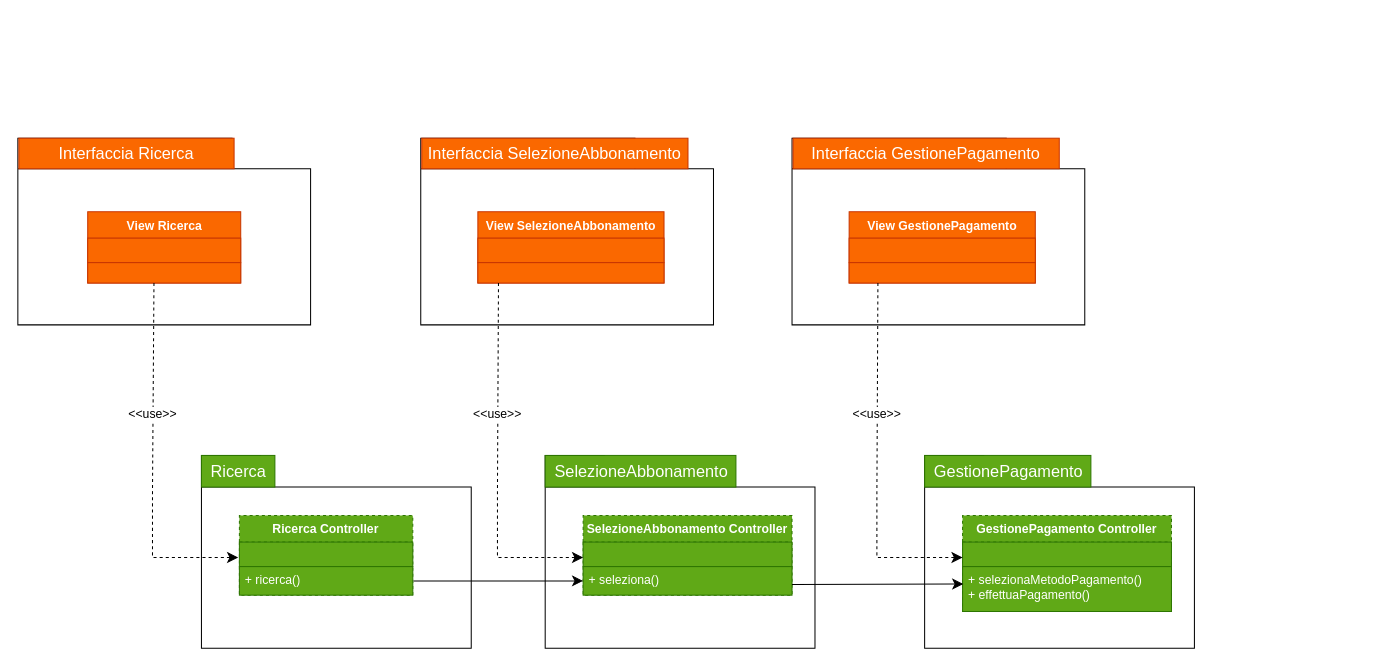
This is Diagrammi_Package/ricerca.drawio from JosephBoom02/Progetto_Ingegneria_del_Software, a draw.io file, before an edit. Source tidied: cells renumbered, new cells numbered last; positions are measured from the earlier drawing's top-left corner, leaving out a move shared by most shapes. Both pictures are drawn from the tidied source at 102%, with x=0, y=0 at pixel (17, 138).
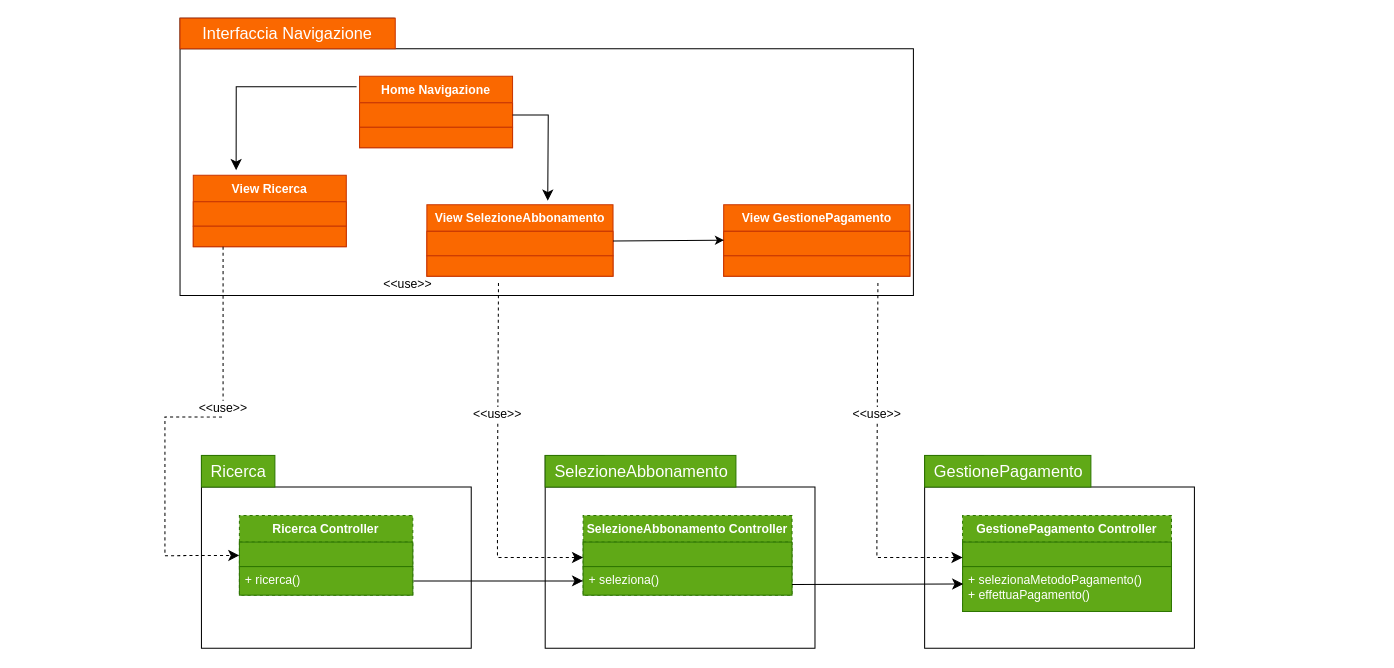
The same page after the edit.

Diff of the diagram source:
```diff
@@
-    <mxCell id="2" style="shape=folder;fontStyle=1;spacingTop=10;tabWidth=210;tabHeight=30;tabPosition=left;html=1;whiteSpace=wrap;" parent="1" vertex="1">
-      <mxGeometry width="287" height="183" as="geometry" />
-    </mxCell>
-    <mxCell id="3" value="&lt;font color=&quot;#ffffff&quot;&gt;Interfaccia Ricerca&lt;/font&gt;" style="text;strokeColor=#C73500;fillColor=#fa6800;html=1;align=center;verticalAlign=middle;whiteSpace=wrap;rounded=0;fontSize=16;fontColor=#000000;" parent="1" vertex="1">
-      <mxGeometry x="1" width="211" height="30" as="geometry" />
-    </mxCell>
     <mxCell id="4" style="edgeStyle=none;curved=1;rounded=0;orthogonalLoop=1;jettySize=auto;html=1;exitX=0.5;exitY=0;exitDx=0;exitDy=0;fontSize=12;startSize=8;endSize=8;" parent="1" edge="1">
       <mxGeometry relative="1" as="geometry">
-        <mxPoint x="351" y="86" as="sourcePoint" />
-        <mxPoint x="351" y="86" as="targetPoint" />
+        <mxPoint x="370" y="463.3" as="sourcePoint" />
+        <mxPoint x="370" y="463.3" as="targetPoint" />
       </mxGeometry>
     </mxCell>
@@
-    <mxCell id="7" value="&lt;font color=&quot;#ffffff&quot;&gt;View Ricerca&lt;/font&gt;" style="swimlane;fontStyle=1;align=center;verticalAlign=top;horizontal=1;startSize=26;whiteSpace=wrap;html=1;fillColor=#fa6800;fontColor=#000000;strokeColor=#C73500;" parent="1" vertex="1">
-      <mxGeometry x="68.5" y="72" width="150" height="70" as="geometry" />
-    </mxCell>
-    <mxCell id="8" style="text;strokeColor=#C73500;fillColor=#fa6800;align=left;verticalAlign=top;spacingLeft=4;spacingRight=4;overflow=hidden;whiteSpace=wrap;html=1;fontColor=#000000;" parent="7" vertex="1">
-      <mxGeometry y="26" width="150" height="24" as="geometry" />
-    </mxCell>
-    <mxCell id="9" style="line;strokeWidth=1;fillColor=#fa6800;align=left;verticalAlign=middle;spacingTop=-1;spacingLeft=3;spacingRight=3;labelPosition=right;strokeColor=#FF8000;fontColor=#000000;" parent="7" vertex="1">
-      <mxGeometry y="50" width="150" as="geometry" />
-    </mxCell>
-    <mxCell id="10" value="&lt;div&gt;&lt;br&gt;&lt;/div&gt;&lt;div&gt;&lt;br&gt;&lt;/div&gt;" style="text;strokeColor=#C73500;fillColor=#fa6800;align=left;verticalAlign=top;spacingLeft=4;spacingRight=4;overflow=hidden;points=[[0,0.5],[1,0.5]];portConstraint=eastwest;whiteSpace=wrap;html=1;fontColor=#000000;" parent="7" vertex="1">
-      <mxGeometry y="50" width="150" height="20" as="geometry" />
-    </mxCell>
@@
-    <mxCell id="16" style="edgeStyle=none;curved=0;rounded=0;jettySize=auto;html=1;exitX=0.433;exitY=1;exitDx=0;exitDy=0;fontSize=12;startSize=8;endSize=8;dashed=1;exitPerimeter=0;" parent="1" edge="1" source="10">
-      <mxGeometry relative="1" as="geometry">
-        <mxPoint x="216" y="411" as="targetPoint" />
-        <Array as="points">
-          <mxPoint x="132" y="347" />
-          <mxPoint x="132" y="411" />
-        </Array>
-      </mxGeometry>
-    </mxCell>
-    <mxCell id="17" value="&amp;lt;&amp;lt;use&amp;gt;&amp;gt;" style="edgeLabel;html=1;align=center;verticalAlign=middle;fontSize=12;" parent="16" vertex="1">
-      <mxGeometry x="-0.27" y="-1" relative="1" as="geometry" />
-    </mxCell>
-    <mxCell id="18" style="shape=folder;fontStyle=1;spacingTop=10;tabWidth=210;tabHeight=30;tabPosition=left;html=1;whiteSpace=wrap;" parent="1" vertex="1">
-      <mxGeometry x="395" width="287" height="183" as="geometry" />
-    </mxCell>
-    <mxCell id="19" value="&lt;font color=&quot;#ffffff&quot;&gt;Interfaccia SelezioneAbbonamento&lt;br&gt;&lt;/font&gt;" style="text;strokeColor=#C73500;fillColor=#fa6800;html=1;align=center;verticalAlign=middle;whiteSpace=wrap;rounded=0;fontSize=16;fontColor=#000000;" parent="1" vertex="1">
-      <mxGeometry x="396" width="261" height="30" as="geometry" />
-    </mxCell>
-    <mxCell id="20" style="edgeStyle=none;curved=1;rounded=0;orthogonalLoop=1;jettySize=auto;html=1;exitX=0.5;exitY=0;exitDx=0;exitDy=0;fontSize=12;startSize=8;endSize=8;" parent="1" edge="1">
-      <mxGeometry relative="1" as="geometry">
-        <mxPoint x="746" y="86" as="sourcePoint" />
-        <mxPoint x="746" y="86" as="targetPoint" />
-      </mxGeometry>
-    </mxCell>
@@
-    <mxCell id="23" value="&lt;font color=&quot;#ffffff&quot;&gt;View SelezioneAbbonamento&lt;br&gt;&lt;/font&gt;" style="swimlane;fontStyle=1;align=center;verticalAlign=top;horizontal=1;startSize=26;whiteSpace=wrap;html=1;fillColor=#fa6800;fontColor=#000000;strokeColor=#C73500;" parent="1" vertex="1">
-      <mxGeometry x="451" y="72" width="182.5" height="70" as="geometry" />
-    </mxCell>
-    <mxCell id="24" style="text;strokeColor=#C73500;fillColor=#fa6800;align=left;verticalAlign=top;spacingLeft=4;spacingRight=4;overflow=hidden;whiteSpace=wrap;html=1;fontColor=#000000;" parent="23" vertex="1">
-      <mxGeometry y="26" width="182.5" height="24" as="geometry" />
-    </mxCell>
-    <mxCell id="25" style="line;strokeWidth=1;fillColor=#fa6800;align=left;verticalAlign=middle;spacingTop=-1;spacingLeft=3;spacingRight=3;labelPosition=right;strokeColor=#FF8000;fontColor=#000000;" parent="23" vertex="1">
-      <mxGeometry y="50" width="182.5" as="geometry" />
-    </mxCell>
-    <mxCell id="26" value="&lt;div&gt;&lt;br&gt;&lt;/div&gt;&lt;div&gt;&lt;br&gt;&lt;/div&gt;" style="text;strokeColor=#C73500;fillColor=#fa6800;align=left;verticalAlign=top;spacingLeft=4;spacingRight=4;overflow=hidden;whiteSpace=wrap;html=1;fontColor=#000000;" parent="23" vertex="1">
-      <mxGeometry y="50" width="182.5" height="20" as="geometry" />
-    </mxCell>
@@
-    <mxCell id="33" style="shape=folder;fontStyle=1;spacingTop=10;tabWidth=210;tabHeight=30;tabPosition=left;html=1;whiteSpace=wrap;" parent="1" vertex="1">
-      <mxGeometry x="759" width="287" height="183" as="geometry" />
-    </mxCell>
-    <mxCell id="34" value="&lt;font color=&quot;#ffffff&quot;&gt;Interfaccia GestionePagamento&lt;/font&gt;" style="text;strokeColor=#C73500;fillColor=#fa6800;html=1;align=center;verticalAlign=middle;whiteSpace=wrap;rounded=0;fontSize=16;fontColor=#000000;" parent="1" vertex="1">
-      <mxGeometry x="760" width="261" height="30" as="geometry" />
-    </mxCell>
     <mxCell id="35" style="edgeStyle=none;curved=1;rounded=0;orthogonalLoop=1;jettySize=auto;html=1;exitX=0.5;exitY=0;exitDx=0;exitDy=0;fontSize=12;startSize=8;endSize=8;" parent="1" edge="1">
       <mxGeometry relative="1" as="geometry">
-        <mxPoint x="1303" y="86" as="sourcePoint" />
-        <mxPoint x="1303" y="86" as="targetPoint" />
+        <mxPoint x="1322" y="463.3" as="sourcePoint" />
+        <mxPoint x="1322" y="463.3" as="targetPoint" />
       </mxGeometry>
     </mxCell>
@@
-    <mxCell id="38" value="&lt;font color=&quot;#ffffff&quot;&gt;View GestionePagamento&lt;/font&gt;" style="swimlane;fontStyle=1;align=center;verticalAlign=top;horizontal=1;startSize=26;whiteSpace=wrap;html=1;fillColor=#fa6800;fontColor=#000000;strokeColor=#C73500;" parent="1" vertex="1">
-      <mxGeometry x="815" y="72" width="182.5" height="70" as="geometry" />
-    </mxCell>
-    <mxCell id="39" style="text;strokeColor=#C73500;fillColor=#fa6800;align=left;verticalAlign=top;spacingLeft=4;spacingRight=4;overflow=hidden;whiteSpace=wrap;html=1;fontColor=#000000;" parent="38" vertex="1">
-      <mxGeometry y="26" width="182.5" height="24" as="geometry" />
-    </mxCell>
-    <mxCell id="40" style="line;strokeWidth=1;fillColor=#fa6800;align=left;verticalAlign=middle;spacingTop=-1;spacingLeft=3;spacingRight=3;labelPosition=right;strokeColor=#FF8000;fontColor=#000000;" parent="38" vertex="1">
-      <mxGeometry y="50" width="182.5" as="geometry" />
-    </mxCell>
-    <mxCell id="41" value="&lt;div&gt;&lt;br&gt;&lt;/div&gt;&lt;div&gt;&lt;br&gt;&lt;/div&gt;" style="text;strokeColor=#C73500;fillColor=#fa6800;align=left;verticalAlign=top;spacingLeft=4;spacingRight=4;overflow=hidden;whiteSpace=wrap;html=1;fontColor=#000000;" parent="38" vertex="1">
-      <mxGeometry y="50" width="182.5" height="20" as="geometry" />
-    </mxCell>
@@
-    <mxCell id="48" style="edgeStyle=none;curved=0;rounded=0;orthogonalLoop=1;jettySize=auto;html=1;exitX=0.433;exitY=1;exitDx=0;exitDy=0;fontSize=12;startSize=8;endSize=8;dashed=1;exitPerimeter=0;" parent="1" edge="1">
-      <mxGeometry relative="1" as="geometry">
-        <mxPoint x="471.2" y="142" as="sourcePoint" />
-        <mxPoint x="554.2" y="411" as="targetPoint" />
-        <Array as="points">
-          <mxPoint x="470.2" y="347" />
-          <mxPoint x="470.2" y="411" />
-        </Array>
-      </mxGeometry>
-    </mxCell>
-    <mxCell id="49" value="&amp;lt;&amp;lt;use&amp;gt;&amp;gt;" style="edgeLabel;html=1;align=center;verticalAlign=middle;fontSize=12;" parent="48" vertex="1">
-      <mxGeometry x="-0.27" y="-1" relative="1" as="geometry" />
-    </mxCell>
-    <mxCell id="50" style="edgeStyle=none;curved=0;rounded=0;orthogonalLoop=1;jettySize=auto;html=1;exitX=0.433;exitY=1;exitDx=0;exitDy=0;fontSize=12;startSize=8;endSize=8;dashed=1;exitPerimeter=0;" parent="1" edge="1">
-      <mxGeometry relative="1" as="geometry">
-        <mxPoint x="843.2" y="142" as="sourcePoint" />
-        <mxPoint x="926.2" y="411" as="targetPoint" />
-        <Array as="points">
-          <mxPoint x="842.2" y="347" />
-          <mxPoint x="842.2" y="411" />
-        </Array>
-      </mxGeometry>
-    </mxCell>
-    <mxCell id="51" value="&amp;lt;&amp;lt;use&amp;gt;&amp;gt;" style="edgeLabel;html=1;align=center;verticalAlign=middle;fontSize=12;" parent="50" vertex="1">
-      <mxGeometry x="-0.27" y="-1" relative="1" as="geometry" />
-    </mxCell>
+    <mxCell id="52" style="shape=folder;fontStyle=1;spacingTop=10;tabWidth=210;tabHeight=30;tabPosition=left;html=1;whiteSpace=wrap;" parent="1" vertex="1">
+      <mxGeometry x="159" y="-117.7" width="719" height="272" as="geometry" />
+    </mxCell>
+    <mxCell id="53" value="&lt;font color=&quot;#ffffff&quot;&gt;Interfaccia Navigazione&lt;br&gt;&lt;/font&gt;" style="text;strokeColor=#C73500;fillColor=#fa6800;html=1;align=center;verticalAlign=middle;whiteSpace=wrap;rounded=0;fontSize=16;fontColor=#000000;" parent="1" vertex="1">
+      <mxGeometry x="159" y="-117.7" width="211" height="30" as="geometry" />
+    </mxCell>
+    <mxCell id="54" style="edgeStyle=none;curved=1;rounded=0;orthogonalLoop=1;jettySize=auto;html=1;exitX=0.5;exitY=0;exitDx=0;exitDy=0;fontSize=12;startSize=8;endSize=8;" parent="1" edge="1">
+      <mxGeometry relative="1" as="geometry">
+        <mxPoint x="574" y="-81.7" as="sourcePoint" />
+        <mxPoint x="574" y="-81.7" as="targetPoint" />
+      </mxGeometry>
+    </mxCell>
+    <mxCell id="55" value="&lt;font color=&quot;#ffffff&quot;&gt;Home Navigazione&lt;/font&gt;" style="swimlane;fontStyle=1;align=center;verticalAlign=top;horizontal=1;startSize=26;whiteSpace=wrap;html=1;fillColor=#fa6800;fontColor=#000000;strokeColor=#C73500;" parent="1" vertex="1">
+      <mxGeometry x="335" y="-60.7" width="150" height="70" as="geometry" />
+    </mxCell>
+    <mxCell id="56" style="text;strokeColor=#C73500;fillColor=#fa6800;align=left;verticalAlign=top;spacingLeft=4;spacingRight=4;overflow=hidden;points=[[0,0.5],[1,0.5]];portConstraint=eastwest;whiteSpace=wrap;html=1;fontColor=#000000;" parent="55" vertex="1">
+      <mxGeometry y="26" width="150" height="24" as="geometry" />
+    </mxCell>
+    <mxCell id="57" style="line;strokeWidth=1;fillColor=#fa6800;align=left;verticalAlign=middle;spacingTop=-1;spacingLeft=3;spacingRight=3;labelPosition=right;strokeColor=#FF8000;fontColor=#000000;" parent="55" vertex="1">
+      <mxGeometry y="50" width="150" as="geometry" />
+    </mxCell>
+    <mxCell id="58" value="&lt;div&gt;&lt;br&gt;&lt;/div&gt;&lt;div&gt;&lt;br&gt;&lt;/div&gt;" style="text;strokeColor=#C73500;fillColor=#fa6800;align=left;verticalAlign=top;spacingLeft=4;spacingRight=4;overflow=hidden;whiteSpace=wrap;html=1;fontColor=#000000;" parent="55" vertex="1">
+      <mxGeometry y="50" width="150" height="20" as="geometry" />
+    </mxCell>
+    <mxCell id="59" value="&amp;lt;&amp;lt;use&amp;gt;&amp;gt;" style="edgeLabel;html=1;align=center;verticalAlign=middle;fontSize=12;" parent="1" vertex="1">
+      <mxGeometry x="381.2" y="142" as="geometry" />
+    </mxCell>
+    <mxCell id="60" style="edgeStyle=none;curved=0;rounded=0;jettySize=auto;html=1;exitX=1;exitY=0.5;exitDx=0;exitDy=0;fontSize=12;startSize=8;endSize=8;entryX=0.5;entryY=0;entryDx=0;entryDy=0;" parent="1" edge="1" source="56">
+      <mxGeometry relative="1" as="geometry">
+        <mxPoint x="519.5" y="61.3" as="targetPoint" />
+        <Array as="points">
+          <mxPoint x="520" y="-22.7" />
+        </Array>
+      </mxGeometry>
+    </mxCell>
+    <mxCell id="61" style="edgeStyle=none;curved=0;rounded=0;orthogonalLoop=1;jettySize=auto;html=1;fontSize=12;startSize=8;endSize=8;entryX=0.613;entryY=0.025;entryDx=0;entryDy=0;entryPerimeter=0;" parent="1" edge="1">
+      <mxGeometry relative="1" as="geometry">
+        <mxPoint x="332.1" y="-50.4" as="sourcePoint" />
+        <mxPoint x="214" y="31.3" as="targetPoint" />
+        <Array as="points">
+          <mxPoint x="214.1" y="-50.4" />
+        </Array>
+      </mxGeometry>
+    </mxCell>
+    <mxCell id="7" value="&lt;font color=&quot;#ffffff&quot;&gt;View Ricerca&lt;/font&gt;" style="swimlane;fontStyle=1;align=center;verticalAlign=top;horizontal=1;startSize=26;whiteSpace=wrap;html=1;fillColor=#fa6800;fontColor=#000000;strokeColor=#C73500;" parent="1" vertex="1">
+      <mxGeometry x="172" y="36.3" width="150" height="70" as="geometry" />
+    </mxCell>
+    <mxCell id="62" style="text;strokeColor=#C73500;fillColor=#fa6800;align=left;verticalAlign=top;spacingLeft=4;spacingRight=4;overflow=hidden;whiteSpace=wrap;html=1;fontColor=#000000;" parent="7" vertex="1">
+      <mxGeometry y="26" width="150" height="24" as="geometry" />
+    </mxCell>
+    <mxCell id="63" style="line;strokeWidth=1;fillColor=#fa6800;align=left;verticalAlign=middle;spacingTop=-1;spacingLeft=3;spacingRight=3;labelPosition=right;strokeColor=#FF8000;fontColor=#000000;" parent="7" vertex="1">
+      <mxGeometry y="50" width="150" as="geometry" />
+    </mxCell>
+    <mxCell id="64" value="&lt;div&gt;&lt;br&gt;&lt;/div&gt;&lt;div&gt;&lt;br&gt;&lt;/div&gt;" style="text;strokeColor=#C73500;fillColor=#fa6800;align=left;verticalAlign=top;spacingLeft=4;spacingRight=4;overflow=hidden;whiteSpace=wrap;html=1;fontColor=#000000;" parent="7" vertex="1">
+      <mxGeometry y="50" width="150" height="20" as="geometry" />
+    </mxCell>
+    <mxCell id="23" value="&lt;font color=&quot;#ffffff&quot;&gt;View SelezioneAbbonamento&lt;br&gt;&lt;/font&gt;" style="swimlane;fontStyle=1;align=center;verticalAlign=top;horizontal=1;startSize=26;whiteSpace=wrap;html=1;fillColor=#fa6800;fontColor=#000000;strokeColor=#C73500;" parent="1" vertex="1">
+      <mxGeometry x="401" y="65.3" width="182.5" height="70" as="geometry" />
+    </mxCell>
+    <mxCell id="65" style="text;strokeColor=#C73500;fillColor=#fa6800;align=left;verticalAlign=top;spacingLeft=4;spacingRight=4;overflow=hidden;whiteSpace=wrap;html=1;fontColor=#000000;" parent="23" vertex="1">
+      <mxGeometry y="26" width="182.5" height="24" as="geometry" />
+    </mxCell>
+    <mxCell id="66" style="line;strokeWidth=1;fillColor=#fa6800;align=left;verticalAlign=middle;spacingTop=-1;spacingLeft=3;spacingRight=3;labelPosition=right;strokeColor=#FF8000;fontColor=#000000;" parent="23" vertex="1">
+      <mxGeometry y="50" width="182.5" as="geometry" />
+    </mxCell>
+    <mxCell id="67" value="&lt;div&gt;&lt;br&gt;&lt;/div&gt;&lt;div&gt;&lt;br&gt;&lt;/div&gt;" style="text;strokeColor=#C73500;fillColor=#fa6800;align=left;verticalAlign=top;spacingLeft=4;spacingRight=4;overflow=hidden;whiteSpace=wrap;html=1;fontColor=#000000;" parent="23" vertex="1">
+      <mxGeometry y="50" width="182.5" height="20" as="geometry" />
+    </mxCell>
+    <mxCell id="38" value="&lt;font color=&quot;#ffffff&quot;&gt;View GestionePagamento&lt;/font&gt;" style="swimlane;fontStyle=1;align=center;verticalAlign=top;horizontal=1;startSize=26;whiteSpace=wrap;html=1;fillColor=#fa6800;fontColor=#000000;strokeColor=#C73500;" parent="1" vertex="1">
+      <mxGeometry x="692" y="65.3" width="182.5" height="70" as="geometry" />
+    </mxCell>
+    <mxCell id="68" style="text;strokeColor=#C73500;fillColor=#fa6800;align=left;verticalAlign=top;spacingLeft=4;spacingRight=4;overflow=hidden;points=[[0,0.5],[1,0.5]];portConstraint=eastwest;whiteSpace=wrap;html=1;fontColor=#000000;" parent="38" vertex="1">
+      <mxGeometry y="26" width="182.5" height="24" as="geometry" />
+    </mxCell>
+    <mxCell id="69" style="line;strokeWidth=1;fillColor=#fa6800;align=left;verticalAlign=middle;spacingTop=-1;spacingLeft=3;spacingRight=3;labelPosition=right;strokeColor=#FF8000;fontColor=#000000;" parent="38" vertex="1">
+      <mxGeometry y="50" width="182.5" as="geometry" />
+    </mxCell>
+    <mxCell id="70" value="&lt;div&gt;&lt;br&gt;&lt;/div&gt;&lt;div&gt;&lt;br&gt;&lt;/div&gt;" style="text;strokeColor=#C73500;fillColor=#fa6800;align=left;verticalAlign=top;spacingLeft=4;spacingRight=4;overflow=hidden;whiteSpace=wrap;html=1;fontColor=#000000;" parent="38" vertex="1">
+      <mxGeometry y="50" width="182.5" height="20" as="geometry" />
+    </mxCell>
+    <mxCell id="71" style="endArrow=classic;html=1;rounded=0;entryX=0.002;entryY=0.36;entryDx=0;entryDy=0;entryPerimeter=0;" parent="1" edge="1" target="68">
+      <mxGeometry relative="1" as="geometry">
+        <mxPoint x="583.5" y="100.8" as="sourcePoint" />
+      </mxGeometry>
+    </mxCell>
+    <mxCell id="72" style="edgeStyle=none;curved=0;rounded=0;orthogonalLoop=1;jettySize=auto;html=1;exitX=0.186;exitY=1.094;exitDx=0;exitDy=0;fontSize=12;startSize=8;endSize=8;dashed=1;exitPerimeter=0;" parent="1" edge="1">
+      <mxGeometry relative="1" as="geometry">
+        <mxPoint x="201.2" y="106.3" as="sourcePoint" />
+        <mxPoint x="217.2" y="409" as="targetPoint" />
+        <Array as="points">
+          <mxPoint x="201.2" y="273.3" />
+          <mxPoint x="144.2" y="273.3" />
+          <mxPoint x="144.2" y="409.3" />
+        </Array>
+      </mxGeometry>
+    </mxCell>
+    <mxCell id="73" value="&amp;lt;&amp;lt;use&amp;gt;&amp;gt;" style="edgeLabel;html=1;align=center;verticalAlign=middle;fontSize=12;" parent="72" vertex="1">
+      <mxGeometry x="-0.27" y="-1" relative="1" as="geometry" />
+    </mxCell>
+    <mxCell id="74" style="edgeStyle=none;curved=0;rounded=0;orthogonalLoop=1;jettySize=auto;html=1;exitX=0.433;exitY=1;exitDx=0;exitDy=0;fontSize=12;startSize=8;endSize=8;dashed=1;exitPerimeter=0;" parent="1" edge="1">
+      <mxGeometry relative="1" as="geometry">
+        <mxPoint x="471.2" y="142" as="sourcePoint" />
+        <mxPoint x="554.2" y="411" as="targetPoint" />
+        <Array as="points">
+          <mxPoint x="470.2" y="347" />
+          <mxPoint x="470.2" y="411" />
+        </Array>
+      </mxGeometry>
+    </mxCell>
+    <mxCell id="75" value="&amp;lt;&amp;lt;use&amp;gt;&amp;gt;" style="edgeLabel;html=1;align=center;verticalAlign=middle;fontSize=12;" parent="74" vertex="1">
+      <mxGeometry x="-0.27" y="-1" relative="1" as="geometry" />
+    </mxCell>
+    <mxCell id="76" style="edgeStyle=none;curved=0;rounded=0;orthogonalLoop=1;jettySize=auto;html=1;exitX=0.433;exitY=1;exitDx=0;exitDy=0;fontSize=12;startSize=8;endSize=8;dashed=1;exitPerimeter=0;" parent="1" edge="1">
+      <mxGeometry relative="1" as="geometry">
+        <mxPoint x="843.2" y="142" as="sourcePoint" />
+        <mxPoint x="926.2" y="411" as="targetPoint" />
+        <Array as="points">
+          <mxPoint x="842.2" y="347" />
+          <mxPoint x="842.2" y="411" />
+        </Array>
+      </mxGeometry>
+    </mxCell>
+    <mxCell id="77" value="&amp;lt;&amp;lt;use&amp;gt;&amp;gt;" style="edgeLabel;html=1;align=center;verticalAlign=middle;fontSize=12;" parent="76" vertex="1">
+      <mxGeometry x="-0.27" y="-1" relative="1" as="geometry" />
+    </mxCell>
```
